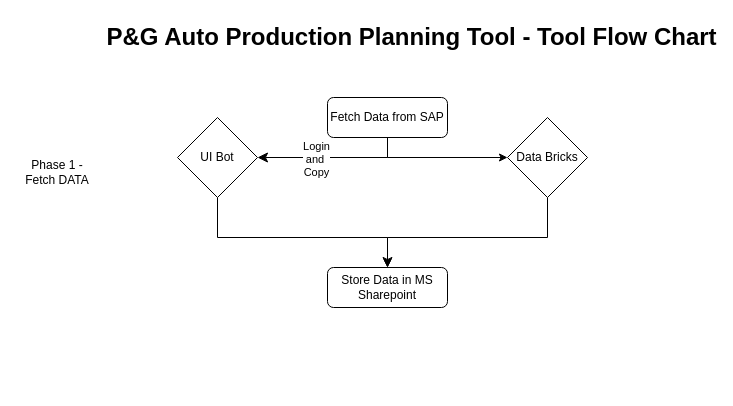
Before: PG-APPT.drawio in Aetheradix/PG-AutoProdTool, a draw.io diagram. Source tidied: cells renumbered, new cells numbered last; positions are measured from the earlier drawing's top-left corner, leaving out a move shared by most shapes. Both pictures are drawn from the tidied source at 100%, with x=0, y=0 at pixel (17, 17).
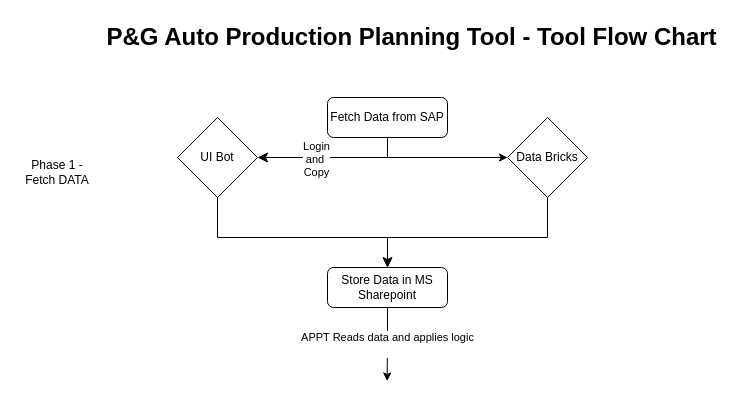
Above is the later version.

Diff of the diagram source:
```diff
@@
 <mxGraphModel>
   <root>
     <mxCell id="0" />
     <mxCell id="1" parent="0" />
     <mxCell id="2" style="rounded=0;html=1;jettySize=auto;fontSize=11;endArrow=classic;endFill=1;endSize=8;strokeWidth=1;shadow=0;labelBackgroundColor=none;edgeStyle=orthogonalEdgeStyle;entryX=0.5;entryY=0;entryDx=0;entryDy=0;" parent="1" edge="1" source="9" target="12">
       <mxGeometry relative="1" as="geometry">
         <Array as="points">
           <mxPoint x="200" y="220" />
           <mxPoint x="370" y="220" />
         </Array>
       </mxGeometry>
     </mxCell>
     <mxCell id="3" style="edgeStyle=orthogonalEdgeStyle;rounded=0;jettySize=auto;html=1;exitX=0.5;exitY=1;exitDx=0;exitDy=0;entryX=0;entryY=0.5;entryDx=0;entryDy=0;" parent="1" edge="1" source="4" target="11">
       <mxGeometry relative="1" as="geometry" />
     </mxCell>
     <mxCell id="4" value="Fetch Data from SAP" style="rounded=1;whiteSpace=wrap;html=1;fontSize=12;glass=0;strokeWidth=1;shadow=0;" parent="1" vertex="1">
       <mxGeometry x="310" y="80" width="120" height="40" as="geometry" />
     </mxCell>
     <mxCell id="5" value="P&amp;amp;G Auto Production Planning Tool - Tool Flow Chart" style="text;strokeColor=none;fillColor=none;html=1;fontSize=24;fontStyle=1;verticalAlign=middle;align=center;" parent="1" vertex="1">
       <mxGeometry x="344" width="100" height="40" as="geometry" />
     </mxCell>
     <mxCell id="6" value="Phase 1 - Fetch DATA" style="text;html=1;whiteSpace=wrap;strokeColor=none;fillColor=none;align=center;verticalAlign=middle;rounded=0;" parent="1" vertex="1">
       <mxGeometry y="140" width="80" height="30" as="geometry" />
     </mxCell>
     <mxCell id="7" style="rounded=0;html=1;jettySize=auto;fontSize=11;endArrow=classic;endFill=1;endSize=8;strokeWidth=1;shadow=0;labelBackgroundColor=none;edgeStyle=orthogonalEdgeStyle;" parent="1" edge="1" source="4" target="9">
       <mxGeometry relative="1" as="geometry">
         <Array as="points">
           <mxPoint x="370" y="140" />
         </Array>
       </mxGeometry>
     </mxCell>
     <mxCell id="8" value="Login&lt;div&gt;and&amp;nbsp;&lt;/div&gt;&lt;div&gt;Copy&lt;/div&gt;" style="edgeLabel;html=1;align=center;verticalAlign=middle;" parent="7" vertex="1">
       <mxGeometry x="0.23" y="1" relative="1" as="geometry" />
     </mxCell>
     <mxCell id="9" value="UI Bot" style="rhombus;whiteSpace=wrap;html=1;" parent="1" vertex="1">
       <mxGeometry x="160" y="100" width="80" height="80" as="geometry" />
     </mxCell>
     <mxCell id="10" style="edgeStyle=orthogonalEdgeStyle;rounded=0;jettySize=auto;html=1;entryX=0.5;entryY=0;entryDx=0;entryDy=0;endArrow=classic;endFill=1;" parent="1" edge="1" source="11" target="12">
       <mxGeometry relative="1" as="geometry">
         <Array as="points">
           <mxPoint x="530" y="220" />
           <mxPoint x="370" y="220" />
         </Array>
       </mxGeometry>
     </mxCell>
     <mxCell id="11" value="Data Bricks" style="rhombus;whiteSpace=wrap;html=1;" parent="1" vertex="1">
       <mxGeometry x="490" y="100" width="80" height="80" as="geometry" />
     </mxCell>
+    <mxCell id="13" value="APPT Reads data and applies logic&lt;div&gt;&lt;br&gt;&lt;/div&gt;" style="edgeStyle=orthogonalEdgeStyle;rounded=0;jettySize=auto;html=1;exitX=0.5;exitY=1;exitDx=0;exitDy=0;" parent="1" edge="1" source="12">
+      <mxGeometry relative="1" as="geometry">
+        <mxPoint x="369.6" y="363.5" as="targetPoint" />
+      </mxGeometry>
+    </mxCell>
     <mxCell id="12" value="Store Data in MS Sharepoint" style="rounded=1;whiteSpace=wrap;html=1;fontSize=12;glass=0;strokeWidth=1;shadow=0;" parent="1" vertex="1">
       <mxGeometry x="310" y="250" width="120" height="40" as="geometry" />
     </mxCell>
   </root>
 </mxGraphModel>
```
